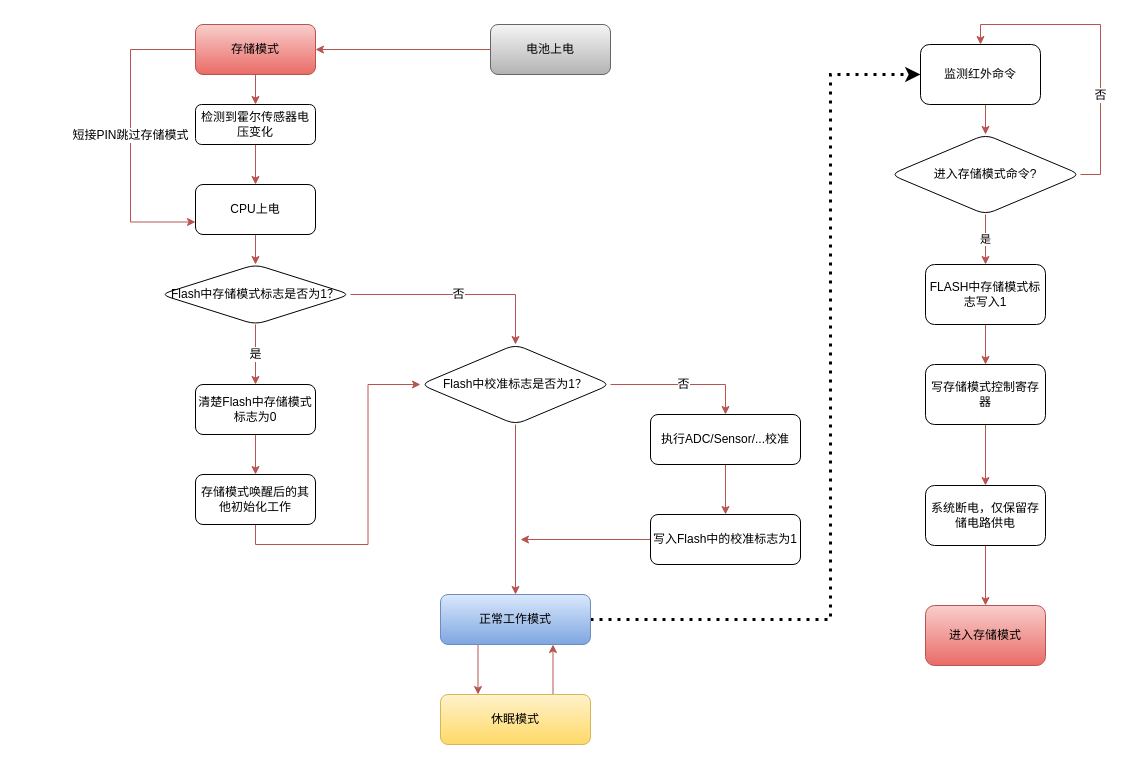
The draw.io diagram page "存储模式" (2 of 3) of Chip Functional Mode.drawio in fenixchen/work, before the edit. Source tidied: cells renumbered, new cells numbered last; positions are measured from the earlier drawing's top-left corner, leaving out a move shared by most shapes. Both pictures are drawn from the tidied source at 100%, with x=0, y=0 at pixel (130, 24).
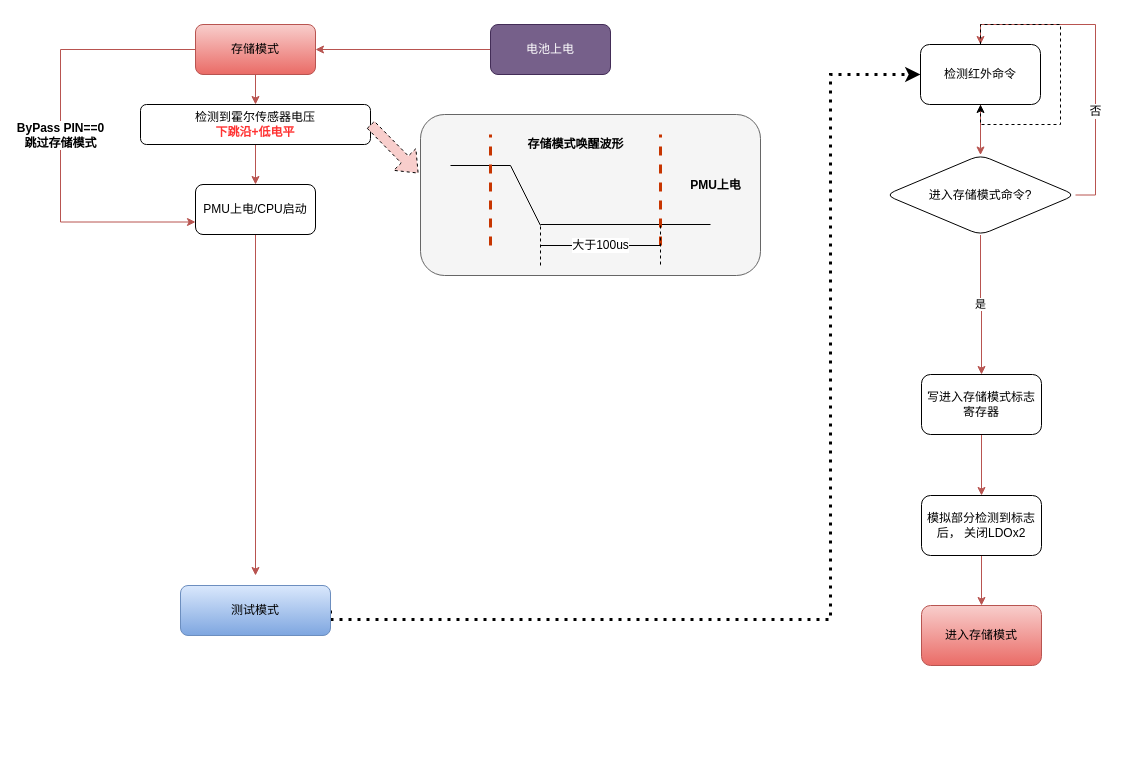
After the change.

The change refers to these unchanged cells:
```xml
<mxCell id="4" value="存储模式" style="whiteSpace=wrap;html=1;rounded=1;fillColor=#f8cecc;gradientColor=#ea6b66;strokeColor=#b85450;" parent="1" vertex="1">
  <mxGeometry x="65" width="120" height="50" as="geometry" />
</mxCell>
```

Change to the diagram source:
```diff
@@
+    <mxCell id="42" style="rounded=1;whiteSpace=wrap;html=1;fontSize=12;verticalAlign=bottom;fillColor=#f5f5f5;fontColor=#333333;strokeColor=#666666;" parent="1" vertex="1">
+      <mxGeometry x="290" y="90" width="340" height="161" as="geometry" />
+    </mxCell>
@@
-    <mxCell id="3" value="短接PIN跳过存储模式" style="edgeStyle=orthogonalEdgeStyle;rounded=0;jettySize=auto;html=1;exitX=0;exitY=0.5;exitDx=0;exitDy=0;entryX=0;entryY=0.75;entryDx=0;entryDy=0;fontSize=12;strokeColor=#b85450;fillColor=#f8cecc;" parent="1" edge="1" source="4" target="8">
+    <mxCell id="3" value="ByPass PIN==0&lt;br&gt;跳过存储模式" style="edgeStyle=orthogonalEdgeStyle;rounded=0;jettySize=auto;html=1;exitX=0;exitY=0.5;exitDx=0;exitDy=0;entryX=0;entryY=0.75;entryDx=0;entryDy=0;fontSize=12;strokeColor=#b85450;fillColor=#f8cecc;fontStyle=1;" parent="1" edge="1" source="4" target="8">
       <mxGeometry relative="1" as="geometry">
         <Array as="points">
-          <mxPoint y="25" />
-          <mxPoint y="198" />
+          <mxPoint x="-70" y="25" />
+          <mxPoint x="-70" y="198" />
         </Array>
       </mxGeometry>
     </mxCell>
@@
-    <mxCell id="6" value="检测到霍尔传感器电压变化" style="whiteSpace=wrap;html=1;rounded=1;" parent="1" vertex="1">
-      <mxGeometry x="65" y="80" width="120" height="40" as="geometry" />
+    <mxCell id="6" value="检测到霍尔传感器电压&lt;br&gt;&lt;b&gt;&lt;font color=&quot;#ff3333&quot;&gt;下跳沿+低电平&lt;/font&gt;&lt;/b&gt;" style="whiteSpace=wrap;html=1;rounded=1;" parent="1" vertex="1">
+      <mxGeometry x="10" y="80" width="230" height="40" as="geometry" />
     </mxCell>
-    <mxCell id="7" style="edgeStyle=orthogonalEdgeStyle;rounded=0;jettySize=auto;html=1;exitX=0.5;exitY=1;exitDx=0;exitDy=0;entryX=0.5;entryY=0;entryDx=0;entryDy=0;fontSize=20;strokeColor=#b85450;fillColor=#f8cecc;" parent="1" edge="1" source="8" target="13">
-      <mxGeometry relative="1" as="geometry" />
+    <mxCell id="7" style="edgeStyle=orthogonalEdgeStyle;rounded=0;jettySize=auto;html=1;exitX=0.5;exitY=1;exitDx=0;exitDy=0;fontSize=20;strokeColor=#b85450;fillColor=#f8cecc;" parent="1" edge="1" source="8">
+      <mxGeometry relative="1" as="geometry">
+        <mxPoint x="125" y="551" as="targetPoint" />
+      </mxGeometry>
     </mxCell>
-    <mxCell id="8" value="CPU上电" style="whiteSpace=wrap;html=1;rounded=1;" parent="1" vertex="1">
+    <mxCell id="8" value="PMU上电/CPU启动" style="whiteSpace=wrap;html=1;rounded=1;" parent="1" vertex="1">
       <mxGeometry x="65" y="160" width="120" height="50" as="geometry" />
     </mxCell>
-    <mxCell id="9" style="edgeStyle=orthogonalEdgeStyle;rounded=0;jettySize=auto;html=1;exitX=0.5;exitY=1;exitDx=0;exitDy=0;entryX=0.5;entryY=0;entryDx=0;entryDy=0;fontSize=12;strokeColor=#b85450;fillColor=#f8cecc;" parent="1" edge="1" source="10" target="29">
-      <mxGeometry relative="1" as="geometry" />
-    </mxCell>
-    <mxCell id="10" value="清楚Flash中存储模式标志为0" style="whiteSpace=wrap;html=1;rounded=1;" parent="1" vertex="1">
-      <mxGeometry x="65" y="360" width="120" height="50" as="geometry" />
-    </mxCell>
-    <mxCell id="11" value="是" style="edgeStyle=orthogonalEdgeStyle;rounded=0;jettySize=auto;html=1;exitX=0.5;exitY=1;exitDx=0;exitDy=0;entryX=0.5;entryY=0;entryDx=0;entryDy=0;fontSize=12;strokeColor=#b85450;fillColor=#f8cecc;" parent="1" edge="1" source="13" target="10">
-      <mxGeometry relative="1" as="geometry" />
-    </mxCell>
-    <mxCell id="12" value="否" style="edgeStyle=orthogonalEdgeStyle;rounded=0;jettySize=auto;html=1;exitX=1;exitY=0.5;exitDx=0;exitDy=0;entryX=0.5;entryY=0;entryDx=0;entryDy=0;fontSize=12;strokeColor=#b85450;fillColor=#f8cecc;" parent="1" edge="1" source="13" target="16">
-      <mxGeometry relative="1" as="geometry" />
-    </mxCell>
-    <mxCell id="13" value="Flash中存储模式标志是否为1？" style="rhombus;whiteSpace=wrap;html=1;rounded=1;" parent="1" vertex="1">
-      <mxGeometry x="30" y="240" width="190" height="60" as="geometry" />
-    </mxCell>
-    <mxCell id="14" style="edgeStyle=orthogonalEdgeStyle;rounded=0;jettySize=auto;html=1;exitX=0.5;exitY=1;exitDx=0;exitDy=0;fontSize=12;strokeColor=#b85450;fillColor=#f8cecc;" parent="1" edge="1" source="16" target="23">
-      <mxGeometry relative="1" as="geometry" />
-    </mxCell>
-    <mxCell id="15" value="否" style="edgeStyle=orthogonalEdgeStyle;rounded=0;jettySize=auto;html=1;exitX=1;exitY=0.5;exitDx=0;exitDy=0;entryX=0.5;entryY=0;entryDx=0;entryDy=0;fontSize=12;strokeColor=#b85450;fillColor=#f8cecc;" parent="1" edge="1" source="16" target="20">
-      <mxGeometry relative="1" as="geometry" />
-    </mxCell>
-    <mxCell id="16" value="Flash中校准标志是否为1？" style="rhombus;whiteSpace=wrap;html=1;rounded=1;" parent="1" vertex="1">
-      <mxGeometry x="290" y="320" width="190" height="80" as="geometry" />
-    </mxCell>
@@
-    <mxCell id="18" value="电池上电" style="whiteSpace=wrap;html=1;rounded=1;fillColor=#f5f5f5;gradientColor=#b3b3b3;strokeColor=#666666;" parent="1" vertex="1">
+    <mxCell id="18" value="电池上电" style="whiteSpace=wrap;html=1;rounded=1;fillColor=#76608a;strokeColor=#432D57;fontColor=#ffffff;" parent="1" vertex="1">
       <mxGeometry x="360" width="120" height="50" as="geometry" />
     </mxCell>
-    <mxCell id="19" style="edgeStyle=orthogonalEdgeStyle;rounded=0;jettySize=auto;html=1;exitX=0.5;exitY=1;exitDx=0;exitDy=0;fontSize=12;strokeColor=#b85450;fillColor=#f8cecc;" parent="1" edge="1" source="20" target="27">
-      <mxGeometry relative="1" as="geometry" />
-    </mxCell>
-    <mxCell id="20" value="执行ADC/Sensor/...校准" style="whiteSpace=wrap;html=1;rounded=1;" parent="1" vertex="1">
-      <mxGeometry x="520" y="390" width="150" height="50" as="geometry" />
-    </mxCell>
-    <mxCell id="21" style="edgeStyle=orthogonalEdgeStyle;rounded=0;jettySize=auto;html=1;exitX=0.25;exitY=1;exitDx=0;exitDy=0;entryX=0.25;entryY=0;entryDx=0;entryDy=0;fontSize=12;strokeColor=#b85450;fillColor=#f8cecc;" parent="1" edge="1" source="23" target="25">
-      <mxGeometry relative="1" as="geometry" />
-    </mxCell>
@@
-    <mxCell id="23" value="正常工作模式" style="whiteSpace=wrap;html=1;rounded=1;fillColor=#dae8fc;gradientColor=#7ea6e0;strokeColor=#6c8ebf;" parent="1" vertex="1">
-      <mxGeometry x="310" y="570" width="150" height="50" as="geometry" />
+    <mxCell id="23" value="测试模式" style="whiteSpace=wrap;html=1;rounded=1;fillColor=#dae8fc;gradientColor=#7ea6e0;strokeColor=#6c8ebf;" parent="1" vertex="1">
+      <mxGeometry x="50" y="561" width="150" height="50" as="geometry" />
     </mxCell>
-    <mxCell id="24" style="edgeStyle=orthogonalEdgeStyle;rounded=0;jettySize=auto;html=1;exitX=0.75;exitY=0;exitDx=0;exitDy=0;entryX=0.75;entryY=1;entryDx=0;entryDy=0;fontSize=12;strokeColor=#b85450;fillColor=#f8cecc;" parent="1" edge="1" source="25" target="23">
-      <mxGeometry relative="1" as="geometry" />
-    </mxCell>
-    <mxCell id="25" value="休眠模式" style="whiteSpace=wrap;html=1;rounded=1;fillColor=#fff2cc;gradientColor=#ffd966;strokeColor=#d6b656;" parent="1" vertex="1">
-      <mxGeometry x="310" y="670" width="150" height="50" as="geometry" />
-    </mxCell>
-    <mxCell id="26" style="edgeStyle=orthogonalEdgeStyle;rounded=0;jettySize=auto;html=1;exitX=0;exitY=0.5;exitDx=0;exitDy=0;fontSize=12;strokeColor=#b85450;fillColor=#f8cecc;" parent="1" edge="1" source="27">
-      <mxGeometry relative="1" as="geometry">
-        <mxPoint x="390" y="515" as="targetPoint" />
-      </mxGeometry>
-    </mxCell>
-    <mxCell id="27" value="写入Flash中的校准标志为1" style="whiteSpace=wrap;html=1;rounded=1;" parent="1" vertex="1">
-      <mxGeometry x="520" y="490" width="150" height="50" as="geometry" />
-    </mxCell>
-    <mxCell id="28" style="edgeStyle=orthogonalEdgeStyle;rounded=0;jettySize=auto;html=1;exitX=0.5;exitY=1;exitDx=0;exitDy=0;entryX=0;entryY=0.5;entryDx=0;entryDy=0;fontSize=12;strokeColor=#b85450;fillColor=#f8cecc;" parent="1" edge="1" source="29" target="16">
-      <mxGeometry relative="1" as="geometry" />
-    </mxCell>
-    <mxCell id="29" value="存储模式唤醒后的其他初始化工作" style="whiteSpace=wrap;html=1;rounded=1;" parent="1" vertex="1">
-      <mxGeometry x="65" y="450" width="120" height="50" as="geometry" />
-    </mxCell>
-    <mxCell id="30" value="是" style="edgeStyle=orthogonalEdgeStyle;rounded=0;jettySize=auto;html=1;strokeColor=#b85450;fillColor=#f8cecc;" parent="1" edge="1" source="32" target="34">
+    <mxCell id="30" value="是" style="edgeStyle=orthogonalEdgeStyle;rounded=0;jettySize=auto;html=1;strokeColor=#b85450;fillColor=#f8cecc;entryX=0.5;entryY=0;entryDx=0;entryDy=0;" parent="1" edge="1" source="32" target="36">
       <mxGeometry relative="1" as="geometry" />
     </mxCell>
@@
     <mxCell id="32" value="进入存储模式命令?" style="rhombus;whiteSpace=wrap;html=1;rounded=1;" parent="1" vertex="1">
-      <mxGeometry x="760" y="110" width="190" height="80" as="geometry" />
+      <mxGeometry x="755" y="130.5" width="190" height="80" as="geometry" />
     </mxCell>
-    <mxCell id="33" style="edgeStyle=orthogonalEdgeStyle;rounded=0;jettySize=auto;html=1;strokeColor=#b85450;fillColor=#f8cecc;" parent="1" edge="1" source="34" target="36">
-      <mxGeometry relative="1" as="geometry" />
-    </mxCell>
-    <mxCell id="34" value="FLASH中存储模式标志写入1" style="whiteSpace=wrap;html=1;rounded=1;" parent="1" vertex="1">
-      <mxGeometry x="795" y="240" width="120" height="60" as="geometry" />
-    </mxCell>
@@
-    <mxCell id="36" value="写存储模式控制寄存器" style="whiteSpace=wrap;html=1;rounded=1;" parent="1" vertex="1">
-      <mxGeometry x="795" y="340" width="120" height="60" as="geometry" />
+    <mxCell id="36" value="写进入存储模式标志寄存器" style="whiteSpace=wrap;html=1;rounded=1;" parent="1" vertex="1">
+      <mxGeometry x="791" y="350" width="120" height="60" as="geometry" />
     </mxCell>
@@
-    <mxCell id="38" value="系统断电，仅保留存储电路供电" style="whiteSpace=wrap;html=1;rounded=1;" parent="1" vertex="1">
-      <mxGeometry x="795" y="461" width="120" height="60" as="geometry" />
+    <mxCell id="38" value="模拟部分检测到标志后， 关闭LDOx2" style="whiteSpace=wrap;html=1;rounded=1;" parent="1" vertex="1">
+      <mxGeometry x="791" y="471" width="120" height="60" as="geometry" />
     </mxCell>
     <mxCell id="39" value="进入存储模式" style="whiteSpace=wrap;html=1;rounded=1;fillColor=#f8cecc;gradientColor=#ea6b66;strokeColor=#b85450;" parent="1" vertex="1">
-      <mxGeometry x="795" y="581" width="120" height="60" as="geometry" />
+      <mxGeometry x="791" y="581" width="120" height="60" as="geometry" />
     </mxCell>
@@
-    <mxCell id="41" value="监测红外命令" style="whiteSpace=wrap;html=1;rounded=1;" parent="1" vertex="1">
+    <mxCell id="41" value="检测红外命令" style="whiteSpace=wrap;html=1;rounded=1;" parent="1" vertex="1">
       <mxGeometry x="790" y="20" width="120" height="60" as="geometry" />
     </mxCell>
+    <mxCell id="43" style="endArrow=none;html=1;rounded=0;fontSize=12;fontColor=#FFF2CC;strokeColor=#000000;strokeWidth=1;fillColor=#f8cecc;" parent="1" edge="1">
+      <mxGeometry relative="1" as="geometry">
+        <mxPoint x="410" y="201" as="sourcePoint" />
+        <mxPoint x="380" y="141" as="targetPoint" />
+      </mxGeometry>
+    </mxCell>
+    <mxCell id="44" style="endArrow=none;html=1;rounded=0;fontSize=12;fontColor=#000000;strokeColor=#000000;strokeWidth=1;fillColor=#f8cecc;" parent="1" edge="1">
+      <mxGeometry relative="1" as="geometry">
+        <mxPoint x="580" y="200" as="sourcePoint" />
+        <mxPoint x="410" y="200" as="targetPoint" />
+      </mxGeometry>
+    </mxCell>
+    <mxCell id="45" style="endArrow=none;html=1;rounded=0;fontSize=12;fontColor=#FFF2CC;strokeColor=#000000;strokeWidth=1;fillColor=#f8cecc;" parent="1" edge="1">
+      <mxGeometry relative="1" as="geometry">
+        <mxPoint x="380" y="141" as="sourcePoint" />
+        <mxPoint x="320" y="141" as="targetPoint" />
+      </mxGeometry>
+    </mxCell>
+    <mxCell id="46" value="存储模式唤醒波形" style="text;html=1;align=center;verticalAlign=middle;rounded=0;fontSize=12;fontStyle=1;fontColor=#000000;" parent="1" vertex="1">
+      <mxGeometry x="390" y="110" width="110" height="20" as="geometry" />
+    </mxCell>
+    <mxCell id="47" style="endArrow=none;html=1;rounded=0;fontSize=12;fontColor=#FFF2CC;strokeColor=#C73500;strokeWidth=3;fillColor=#fa6800;dashed=1;fontStyle=1;" parent="1" edge="1">
+      <mxGeometry relative="1" as="geometry">
+        <mxPoint x="360" y="221" as="sourcePoint" />
+        <mxPoint x="360" y="110" as="targetPoint" />
+      </mxGeometry>
+    </mxCell>
+    <mxCell id="48" style="endArrow=none;html=1;rounded=0;fontSize=12;fontColor=#FFF2CC;strokeColor=#C73500;strokeWidth=3;fillColor=#fa6800;dashed=1;fontStyle=1;" parent="1" edge="1">
+      <mxGeometry relative="1" as="geometry">
+        <mxPoint x="530" y="221" as="sourcePoint" />
+        <mxPoint x="530" y="110" as="targetPoint" />
+      </mxGeometry>
+    </mxCell>
+    <mxCell id="49" style="endArrow=none;html=1;rounded=0;fontSize=12;fontColor=#FFF2CC;strokeColor=#000000;strokeWidth=1;fillColor=#f8cecc;dashed=1;fontStyle=1;" parent="1" edge="1">
+      <mxGeometry relative="1" as="geometry">
+        <mxPoint x="410" y="241" as="sourcePoint" />
+        <mxPoint x="410" y="201" as="targetPoint" />
+      </mxGeometry>
+    </mxCell>
+    <mxCell id="50" style="endArrow=none;html=1;rounded=0;fontSize=12;fontColor=#FFF2CC;strokeColor=#000000;strokeWidth=1;fillColor=#f8cecc;dashed=1;fontStyle=1;" parent="1" edge="1">
+      <mxGeometry relative="1" as="geometry">
+        <mxPoint x="530" y="240" as="sourcePoint" />
+        <mxPoint x="530" y="200" as="targetPoint" />
+      </mxGeometry>
+    </mxCell>
+    <mxCell id="51" value="大于100us" style="endArrow=none;html=1;rounded=0;fontSize=12;fontColor=#000000;strokeColor=#000000;strokeWidth=1;fillColor=#f8cecc;" parent="1" edge="1">
+      <mxGeometry relative="1" as="geometry">
+        <mxPoint x="530" y="221" as="sourcePoint" />
+        <mxPoint x="410" y="221" as="targetPoint" />
+      </mxGeometry>
+    </mxCell>
+    <mxCell id="52" value="PMU上电" style="text;html=1;align=center;verticalAlign=middle;fillColor=none;strokeColor=none;rounded=0;fontSize=12;fontColor=#000000;fontStyle=1;" parent="1" vertex="1">
+      <mxGeometry x="550" y="151" width="70" height="20" as="geometry" />
+    </mxCell>
+    <mxCell id="53" style="shape=flexArrow;endArrow=classic;html=1;rounded=0;dashed=1;fontSize=12;fontColor=#000000;strokeColor=#000000;strokeWidth=1;fillColor=#f8cecc;entryX=-0.006;entryY=0.366;entryDx=0;entryDy=0;entryPerimeter=0;exitX=1;exitY=0.5;exitDx=0;exitDy=0;" parent="1" edge="1" source="6" target="42">
+      <mxGeometry relative="1" as="geometry" />
+    </mxCell>
+    <mxCell id="54" style="edgeStyle=orthogonalEdgeStyle;rounded=0;orthogonalLoop=1;jettySize=auto;html=1;exitX=0.5;exitY=0;exitDx=0;exitDy=0;dashed=1;fontSize=12;fontColor=#000000;strokeColor=#000000;strokeWidth=1;fillColor=#f8cecc;" parent="1" edge="1" source="41" target="41">
+      <mxGeometry relative="1" as="geometry" />
+    </mxCell>
```
